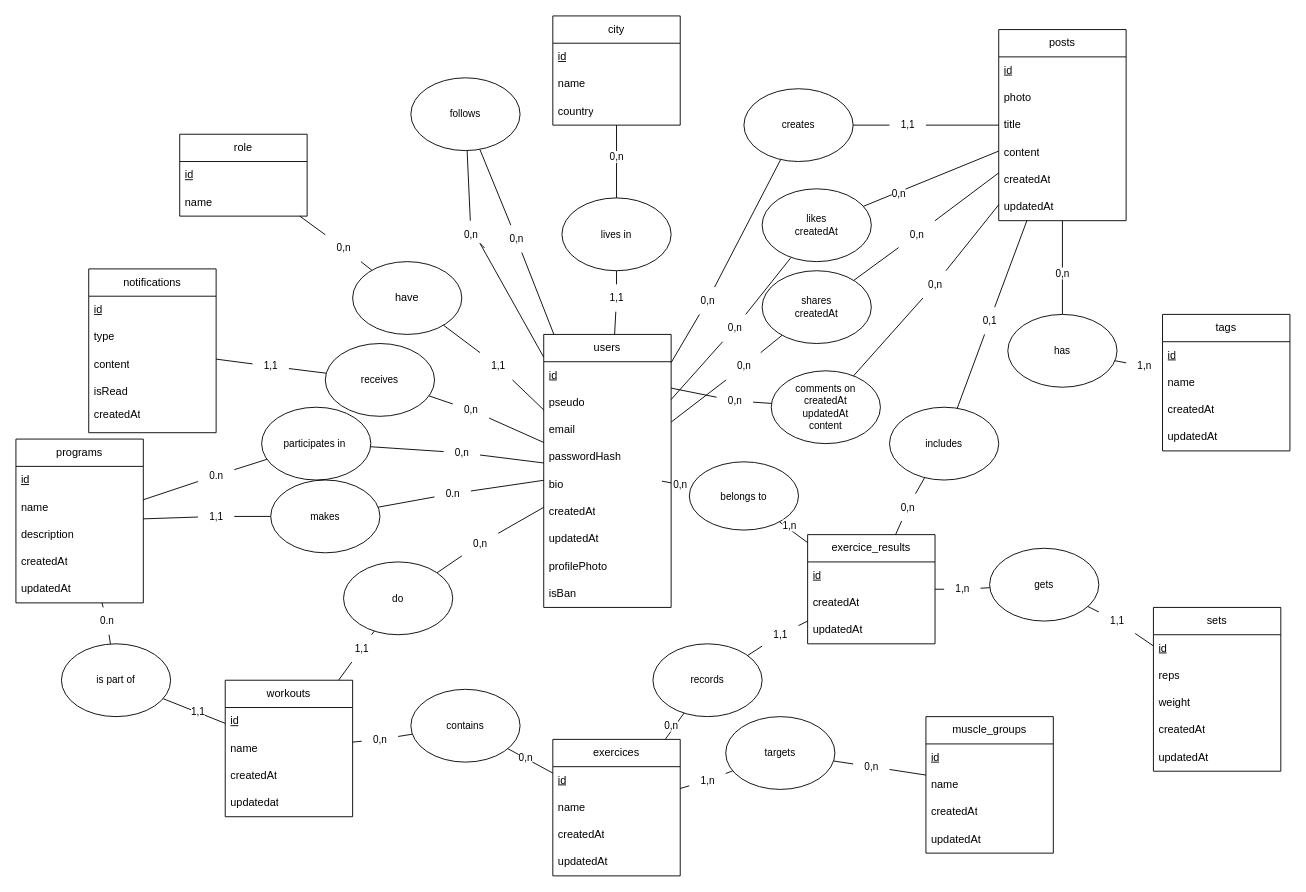
This is Diagramme sans nom.drawio from Gutsey68/Ilift-backend, a draw.io file, before an edit. Source tidied: cells renumbered, new cells numbered last; positions are measured from the earlier drawing's top-left corner, leaving out a move shared by most shapes. Both pictures are drawn from the tidied source at 91%, with x=0, y=0 at pixel (15, 15).
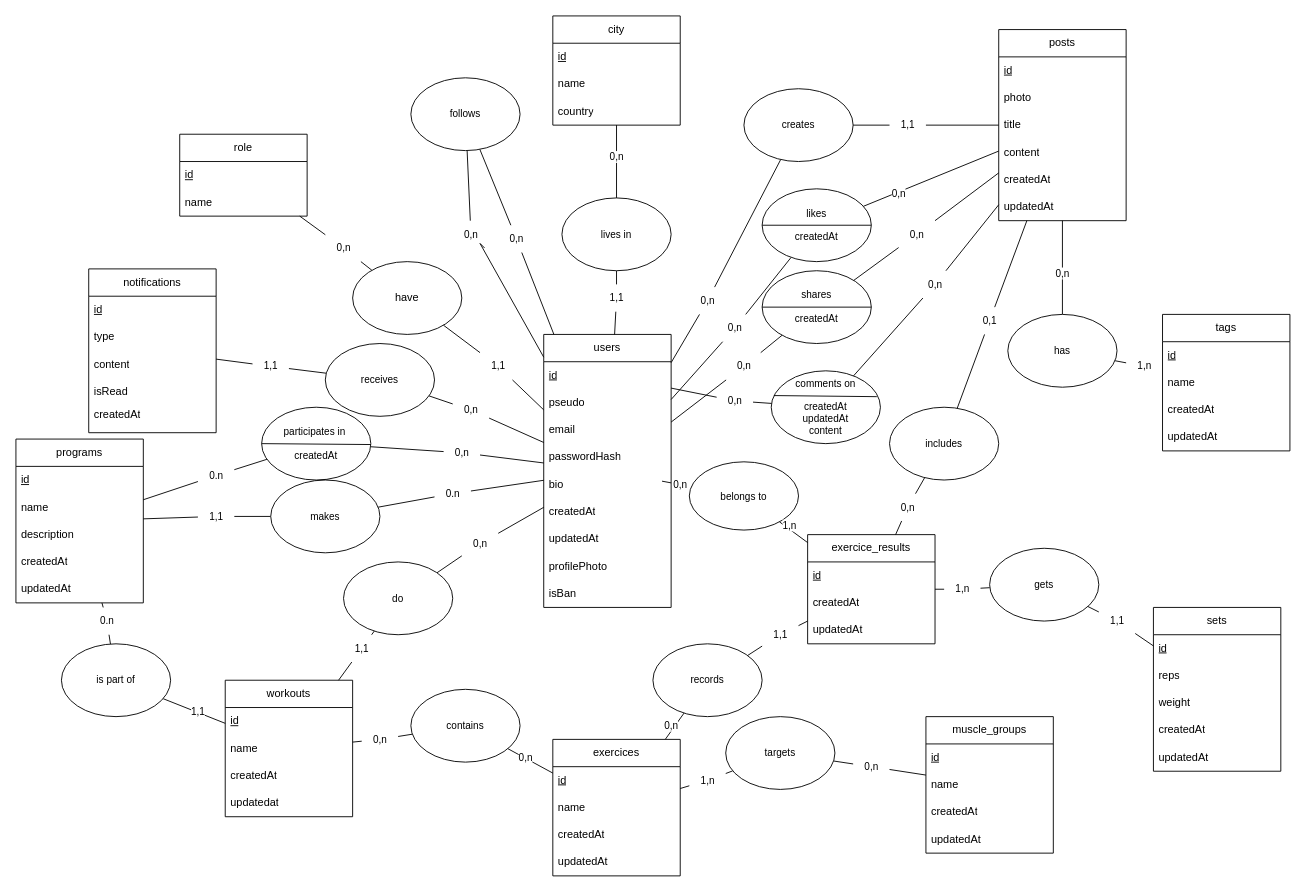
Above is the later version.

Commit message:
Mettre à jour Diagramme sans nom.drawio

Change to the diagram source:
```diff
@@
-    <mxCell id="89" value="likes&lt;div&gt;createdAt&lt;/div&gt;" style="ellipse;whiteSpace=wrap;html=1;fontFamily=Helvetica;fontSize=11;fontColor=default;labelBackgroundColor=default;" parent="1" vertex="1">
+    <mxCell id="89" value="likes&lt;div&gt;&lt;br&gt;&lt;div&gt;createdAt&lt;/div&gt;&lt;/div&gt;" style="ellipse;whiteSpace=wrap;html=1;fontFamily=Helvetica;fontSize=11;fontColor=default;labelBackgroundColor=default;" parent="1" vertex="1">
       <mxGeometry x="820" y="190" width="120" height="80" as="geometry" />
     </mxCell>
@@
-    <mxCell id="91" value="comments on&lt;div&gt;createdAt&lt;/div&gt;&lt;div&gt;updatedAt&lt;/div&gt;&lt;div&gt;content&lt;/div&gt;" style="ellipse;whiteSpace=wrap;html=1;fontFamily=Helvetica;fontSize=11;fontColor=default;labelBackgroundColor=default;" parent="1" vertex="1">
+    <mxCell id="91" value="comments on&lt;div&gt;&lt;br&gt;&lt;div&gt;createdAt&lt;/div&gt;&lt;div&gt;updatedAt&lt;/div&gt;&lt;div&gt;content&lt;/div&gt;&lt;/div&gt;" style="ellipse;whiteSpace=wrap;html=1;fontFamily=Helvetica;fontSize=11;fontColor=default;labelBackgroundColor=default;" parent="1" vertex="1">
       <mxGeometry x="830" y="390" width="120" height="80" as="geometry" />
     </mxCell>
@@
-    <mxCell id="93" value="shares&lt;div&gt;&lt;div&gt;createdAt&lt;/div&gt;&lt;/div&gt;" style="ellipse;whiteSpace=wrap;html=1;fontFamily=Helvetica;fontSize=11;fontColor=default;labelBackgroundColor=default;" parent="1" vertex="1">
+    <mxCell id="93" value="shares&lt;div&gt;&lt;br&gt;&lt;div&gt;&lt;div&gt;createdAt&lt;/div&gt;&lt;/div&gt;&lt;/div&gt;" style="ellipse;whiteSpace=wrap;html=1;fontFamily=Helvetica;fontSize=11;fontColor=default;labelBackgroundColor=default;" parent="1" vertex="1">
       <mxGeometry x="820" y="280" width="120" height="80" as="geometry" />
     </mxCell>
@@
-    <mxCell id="120" value="participates in&amp;nbsp;" style="ellipse;whiteSpace=wrap;html=1;fontFamily=Helvetica;fontSize=11;fontColor=default;labelBackgroundColor=default;" parent="1" vertex="1">
+    <mxCell id="120" value="participates in&amp;nbsp;&lt;div&gt;&lt;br&gt;&lt;/div&gt;&lt;div&gt;createdAt&lt;/div&gt;" style="ellipse;whiteSpace=wrap;html=1;fontFamily=Helvetica;fontSize=11;fontColor=default;labelBackgroundColor=default;" parent="1" vertex="1">
       <mxGeometry x="270" y="430" width="120" height="80" as="geometry" />
     </mxCell>
@@
+    <mxCell id="194" style="endArrow=none;html=1;rounded=0;strokeColor=default;align=center;verticalAlign=middle;fontFamily=Helvetica;fontSize=11;fontColor=default;labelBackgroundColor=default;exitX=0;exitY=0.5;exitDx=0;exitDy=0;entryX=1;entryY=0.5;entryDx=0;entryDy=0;" parent="1" edge="1" source="93" target="93">
+      <mxGeometry relative="1" as="geometry" />
+    </mxCell>
+    <mxCell id="195" style="endArrow=none;html=1;rounded=0;strokeColor=default;align=center;verticalAlign=middle;fontFamily=Helvetica;fontSize=11;fontColor=default;labelBackgroundColor=default;exitX=0.024;exitY=0.34;exitDx=0;exitDy=0;exitPerimeter=0;entryX=0.967;entryY=0.355;entryDx=0;entryDy=0;entryPerimeter=0;" parent="1" edge="1" source="91" target="91">
+      <mxGeometry relative="1" as="geometry" />
+    </mxCell>
+    <mxCell id="196" style="endArrow=none;html=1;rounded=0;strokeColor=default;align=center;verticalAlign=middle;fontFamily=Helvetica;fontSize=11;fontColor=default;labelBackgroundColor=default;exitX=0;exitY=0.5;exitDx=0;exitDy=0;entryX=1;entryY=0.5;entryDx=0;entryDy=0;" parent="1" edge="1">
+      <mxGeometry relative="1" as="geometry">
+        <mxPoint x="820" y="230" as="sourcePoint" />
+        <mxPoint x="940" y="230" as="targetPoint" />
+      </mxGeometry>
+    </mxCell>
+    <mxCell id="197" style="endArrow=none;html=1;rounded=0;strokeColor=default;align=center;verticalAlign=middle;fontFamily=Helvetica;fontSize=11;fontColor=default;labelBackgroundColor=default;exitX=0.024;exitY=0.34;exitDx=0;exitDy=0;exitPerimeter=0;" parent="1" edge="1">
+      <mxGeometry relative="1" as="geometry">
+        <mxPoint x="270" y="470" as="sourcePoint" />
+        <mxPoint x="390" y="471" as="targetPoint" />
+      </mxGeometry>
+    </mxCell>
```
